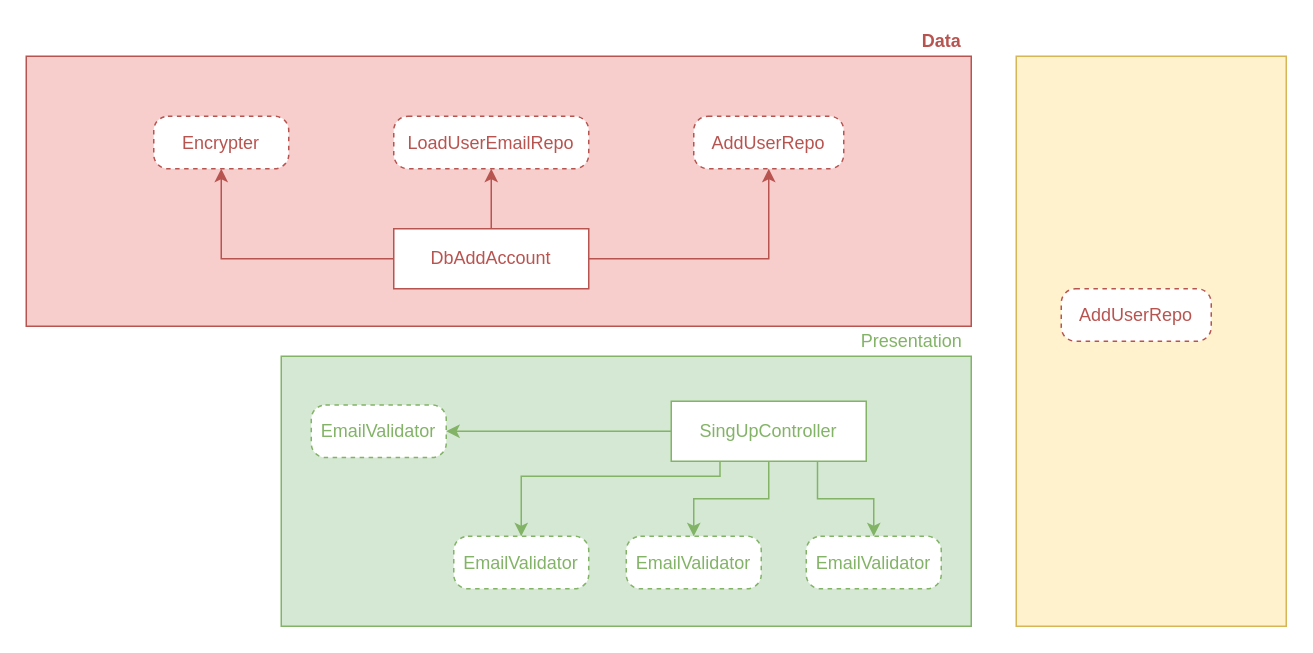
Before: Untitled Diagram.drawio in thg021/cleanArchitecture, a draw.io diagram. Source tidied: cells renumbered, new cells numbered last; positions are measured from the earlier drawing's top-left corner, leaving out a move shared by most shapes. Both pictures are drawn from the tidied source at 150%, with x=0, y=0 at pixel (26, 26).
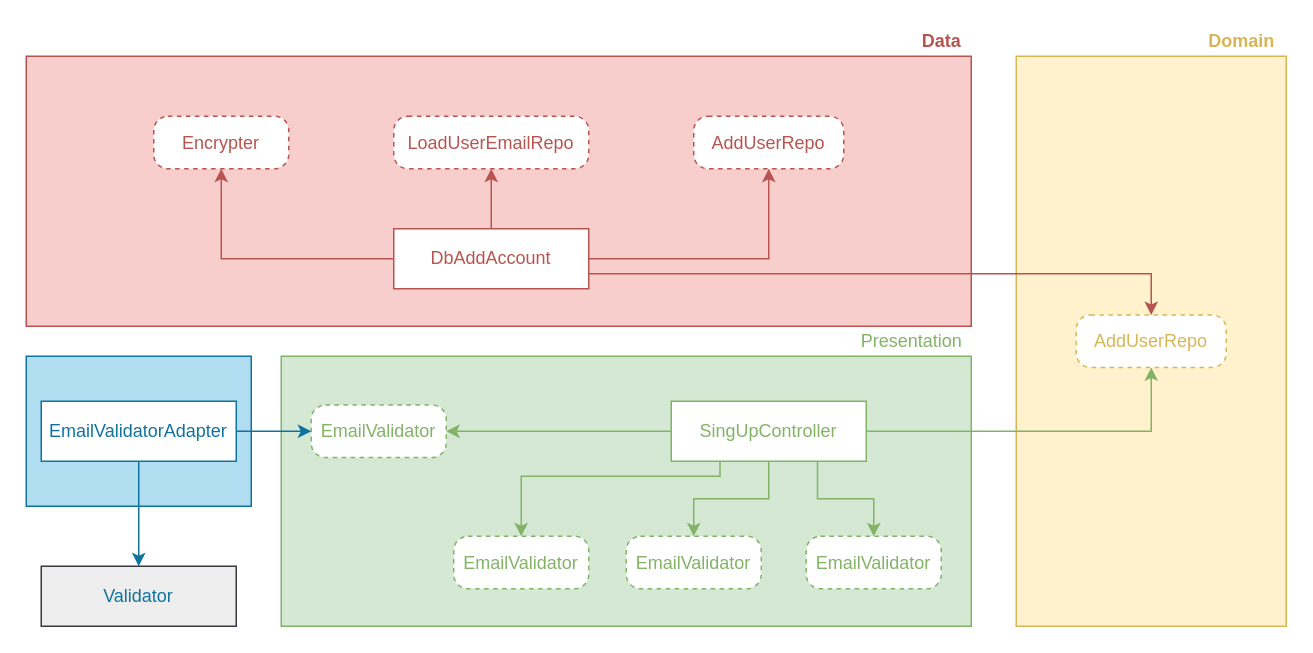
The same page after the edit.

Commit message:
Update  camada utils

Unchanged cells that the change refers to:
```xml
<mxCell id="5" value="AddUserRepo" style="rounded=1;whiteSpace=wrap;html=1;dashed=1;arcSize=27;fontColor=#B85450;strokeColor=#B85450;" parent="1" vertex="1">
  <mxGeometry x="445" y="60" width="100" height="35" as="geometry" />
</mxCell>
<mxCell id="9" value="DbAddAccount" style="rounded=0;whiteSpace=wrap;html=1;fontColor=#B85450;strokeColor=#B85450;" parent="1" vertex="1">
  <mxGeometry x="245" y="135" width="130" height="40" as="geometry" />
</mxCell>
<mxCell id="16" value="SingUpController" style="rounded=0;whiteSpace=wrap;html=1;fontColor=#82B366;strokeColor=#82B366;" parent="1" vertex="1">
  <mxGeometry x="430" y="250" width="130" height="40" as="geometry" />
</mxCell>
<mxCell id="17" value="EmailValidator" style="rounded=1;whiteSpace=wrap;html=1;dashed=1;arcSize=27;labelBackgroundColor=none;fontColor=#82B366;strokeColor=#82B366;" parent="1" vertex="1">
  <mxGeometry x="190" y="252.5" width="90" height="35" as="geometry" />
</mxCell>
```

The edit, as a diff of the source:
```diff
@@
+    <mxCell id="21" style="rounded=0;whiteSpace=wrap;html=1;fillColor=#fff2cc;strokeColor=#D6B656;" parent="1" vertex="1">
+      <mxGeometry x="660" y="20" width="180" height="380" as="geometry" />
+    </mxCell>
@@
-    <mxCell id="8" style="edgeStyle=orthogonalEdgeStyle;rounded=0;jettySize=auto;html=1;exitX=1;exitY=0.5;exitDx=0;exitDy=0;fontColor=#B85450;strokeColor=#B85450;" parent="1" edge="1" source="9" target="5">
+    <mxCell id="8" style="edgeStyle=orthogonalEdgeStyle;rounded=0;jettySize=auto;html=1;exitX=1;exitY=0.5;exitDx=0;exitDy=0;strokeColor=#B85450;fontColor=#B85450;" parent="1" edge="1" source="9" target="5">
       <mxGeometry relative="1" as="geometry" />
     </mxCell>
+    <mxCell id="24" style="edgeStyle=orthogonalEdgeStyle;rounded=0;jettySize=auto;html=1;exitX=1;exitY=0.75;exitDx=0;exitDy=0;entryX=0.5;entryY=0;entryDx=0;entryDy=0;fontColor=#D6B656;strokeColor=#B85450;" parent="1" edge="1" source="9" target="23">
+      <mxGeometry relative="1" as="geometry" />
+    </mxCell>
@@
+    <mxCell id="25" style="edgeStyle=orthogonalEdgeStyle;rounded=0;jettySize=auto;html=1;strokeColor=#82B366;fontColor=#D6B656;" parent="1" edge="1" source="16" target="23">
+      <mxGeometry relative="1" as="geometry" />
+    </mxCell>
@@
-    <mxCell id="21" style="rounded=0;whiteSpace=wrap;html=1;fillColor=#fff2cc;strokeColor=#d6b656;" parent="1" vertex="1">
-      <mxGeometry x="660" y="20" width="180" height="380" as="geometry" />
-    </mxCell>
@@
-    <mxCell id="23" value="AddUserRepo" style="rounded=1;whiteSpace=wrap;html=1;dashed=1;arcSize=27;fontColor=#B85450;strokeColor=#B85450;" parent="1" vertex="1">
-      <mxGeometry x="690" y="175" width="100" height="35" as="geometry" />
+    <mxCell id="23" value="AddUserRepo" style="rounded=1;whiteSpace=wrap;html=1;dashed=1;arcSize=27;strokeColor=#D6B656;fontColor=#D6B656;" parent="1" vertex="1">
+      <mxGeometry x="700" y="192.5" width="100" height="35" as="geometry" />
     </mxCell>
+    <mxCell id="26" value="Domain" style="text;html=1;align=center;verticalAlign=middle;fontStyle=1;fontColor=#D6B656;" parent="1" vertex="1">
+      <mxGeometry x="780" width="60" height="20" as="geometry" />
+    </mxCell>
+    <mxCell id="27" style="rounded=0;whiteSpace=wrap;html=1;fillColor=#b1ddf0;strokeColor=#10739E;" parent="1" vertex="1">
+      <mxGeometry y="220" width="150" height="100" as="geometry" />
+    </mxCell>
+    <mxCell id="28" style="edgeStyle=orthogonalEdgeStyle;rounded=0;jettySize=auto;html=1;fontColor=#D6B656;strokeColor=#10739E;" parent="1" edge="1" source="30" target="31">
+      <mxGeometry relative="1" as="geometry" />
+    </mxCell>
+    <mxCell id="29" style="edgeStyle=orthogonalEdgeStyle;rounded=0;jettySize=auto;html=1;strokeColor=#10739E;fontColor=#D6B656;" parent="1" edge="1" source="30" target="17">
+      <mxGeometry relative="1" as="geometry" />
+    </mxCell>
+    <mxCell id="30" value="&lt;font color=&quot;#10739e&quot;&gt;EmailValidatorAdapter&lt;/font&gt;" style="rounded=0;whiteSpace=wrap;html=1;fontColor=#B85450;strokeColor=#10739E;" parent="1" vertex="1">
+      <mxGeometry x="10" y="250" width="130" height="40" as="geometry" />
+    </mxCell>
+    <mxCell id="31" value="&lt;font color=&quot;#10739e&quot;&gt;Validator&lt;/font&gt;" style="rounded=0;whiteSpace=wrap;html=1;strokeColor=#36393d;fillColor=#eeeeee;" parent="1" vertex="1">
+      <mxGeometry x="10" y="360" width="130" height="40" as="geometry" />
+    </mxCell>
```
